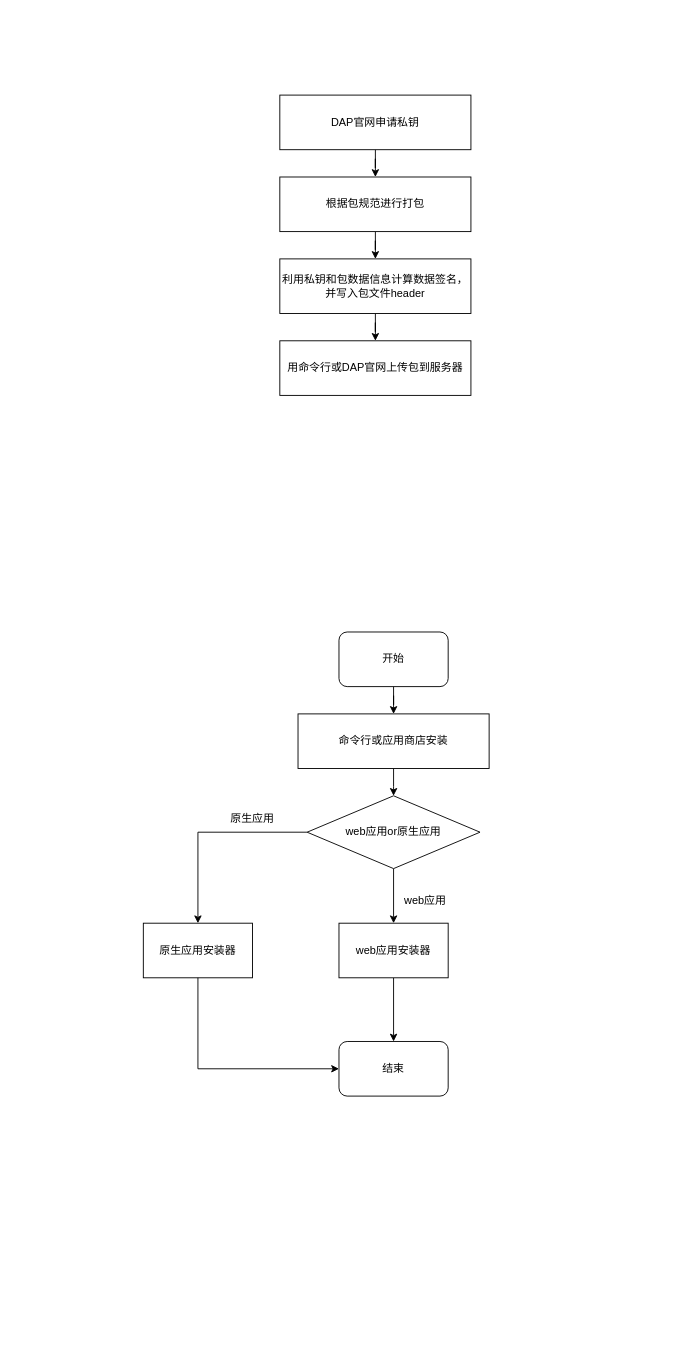
xiaohanzhang1/draw keeps this draw.io diagram as web应用和原生应用dap包管理方式.drawio. Above is the earlier version. Source tidied: cells renumbered, new cells numbered last; positions are measured from the earlier drawing's top-left corner, leaving out a move shared by most shapes. Both pictures are drawn from the tidied source at 91%, with x=0, y=0 at pixel (143, 95).
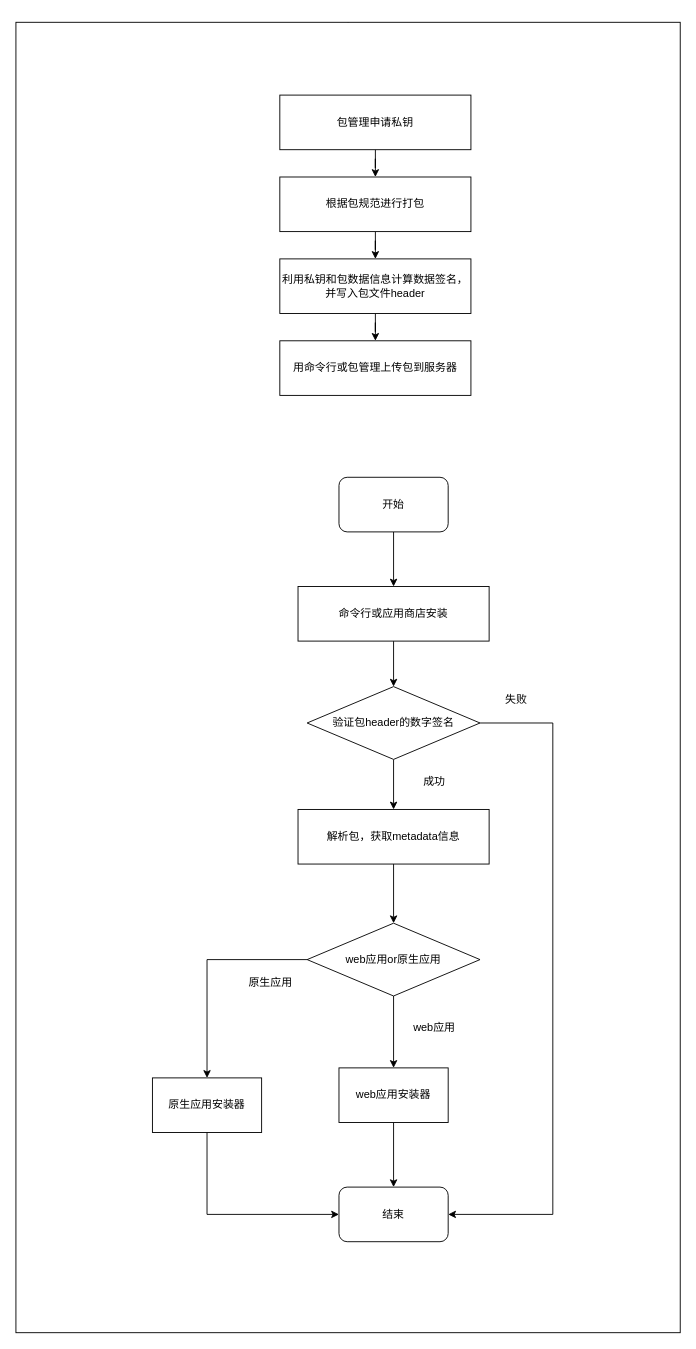
The same page after the edit.

Commit message:
更新web应用和原生应用dap包管理方式.drawio

Change to the diagram source:
```diff
@@
+    <mxCell id="23" style="edgeStyle=orthogonalEdgeStyle;rounded=0;orthogonalLoop=1;jettySize=auto;html=1;" parent="1" edge="1">
+      <mxGeometry relative="1" as="geometry">
+        <mxPoint x="225" y="-80" as="sourcePoint" />
+        <mxPoint x="225" y="-60" as="targetPoint" />
+      </mxGeometry>
+    </mxCell>
+    <mxCell id="24" style="rounded=0;whiteSpace=wrap;html=1;" parent="1" vertex="1">
+      <mxGeometry x="-140" y="-80" width="730" height="1440" as="geometry" />
+    </mxCell>
@@
-    <mxCell id="3" value="DAP官网申请私钥" style="rounded=0;whiteSpace=wrap;html=1;" parent="1" vertex="1">
+    <mxCell id="3" value="包管理申请私钥" style="rounded=0;whiteSpace=wrap;html=1;" parent="1" vertex="1">
       <mxGeometry x="150" width="210" height="60" as="geometry" />
     </mxCell>
@@
-    <mxCell id="8" value="用命令行或DAP官网上传包到服务器" style="rounded=0;whiteSpace=wrap;html=1;" parent="1" vertex="1">
+    <mxCell id="8" value="用命令行或包管理上传包到服务器" style="rounded=0;whiteSpace=wrap;html=1;" parent="1" vertex="1">
       <mxGeometry x="150" y="270" width="210" height="60" as="geometry" />
     </mxCell>
-    <mxCell id="9" style="edgeStyle=orthogonalEdgeStyle;rounded=0;jettySize=auto;html=1;" parent="1" edge="1" source="10">
-      <mxGeometry relative="1" as="geometry">
-        <mxPoint x="275" y="770" as="targetPoint" />
-      </mxGeometry>
-    </mxCell>
+    <mxCell id="25" style="edgeStyle=orthogonalEdgeStyle;rounded=0;jettySize=auto;html=1;" parent="1" edge="1" source="10" target="27">
+      <mxGeometry relative="1" as="geometry" />
+    </mxCell>
     <mxCell id="10" value="命令行或应用商店安装" style="rounded=0;whiteSpace=wrap;html=1;" parent="1" vertex="1">
-      <mxGeometry x="170" y="680" width="210" height="60" as="geometry" />
+      <mxGeometry x="170" y="540" width="210" height="60" as="geometry" />
     </mxCell>
@@
     <mxCell id="12" value="web应用or原生应用" style="rhombus;whiteSpace=wrap;html=1;" parent="1" vertex="1">
-      <mxGeometry x="180" y="770" width="190" height="80" as="geometry" />
+      <mxGeometry x="180" y="910" width="190" height="80" as="geometry" />
     </mxCell>
@@
     <mxCell id="14" value="web应用安装器" style="rounded=0;whiteSpace=wrap;html=1;" parent="1" vertex="1">
-      <mxGeometry x="215" y="910" width="120" height="60" as="geometry" />
+      <mxGeometry x="215" y="1069" width="120" height="60" as="geometry" />
     </mxCell>
     <mxCell id="15" value="原生应用安装器" style="rounded=0;whiteSpace=wrap;html=1;" parent="1" vertex="1">
-      <mxGeometry y="910" width="120" height="60" as="geometry" />
+      <mxGeometry x="10" y="1080" width="120" height="60" as="geometry" />
     </mxCell>
     <mxCell id="16" style="endArrow=classic;html=1;rounded=0;exitX=0;exitY=0.5;exitDx=0;exitDy=0;entryX=0.5;entryY=0;entryDx=0;entryDy=0;" parent="1" edge="1" source="12" target="15">
       <mxGeometry relative="1" as="geometry">
         <Array as="points">
-          <mxPoint x="60" y="810" />
+          <mxPoint x="70" y="950" />
         </Array>
       </mxGeometry>
     </mxCell>
     <mxCell id="17" value="原生应用" style="text;html=1;strokeColor=none;fillColor=none;align=center;verticalAlign=middle;whiteSpace=wrap;rounded=0;" parent="1" vertex="1">
-      <mxGeometry x="90" y="780" width="60" height="30" as="geometry" />
+      <mxGeometry x="110" y="960" width="60" height="30" as="geometry" />
     </mxCell>
     <mxCell id="18" value="web应用" style="text;html=1;strokeColor=none;fillColor=none;align=center;verticalAlign=middle;whiteSpace=wrap;rounded=0;" parent="1" vertex="1">
-      <mxGeometry x="280" y="870" width="60" height="30" as="geometry" />
+      <mxGeometry x="290" y="1010" width="60" height="30" as="geometry" />
     </mxCell>
     <mxCell id="19" value="结束" style="rounded=1;whiteSpace=wrap;html=1;" parent="1" vertex="1">
-      <mxGeometry x="215" y="1040" width="120" height="60" as="geometry" />
+      <mxGeometry x="215" y="1200" width="120" height="60" as="geometry" />
     </mxCell>
     <mxCell id="20" style="endArrow=classic;html=1;rounded=0;exitX=0.5;exitY=1;exitDx=0;exitDy=0;entryX=0;entryY=0.5;entryDx=0;entryDy=0;" parent="1" edge="1" source="15" target="19">
       <mxGeometry relative="1" as="geometry">
         <Array as="points">
-          <mxPoint x="60" y="1070" />
+          <mxPoint x="70" y="1230" />
         </Array>
       </mxGeometry>
     </mxCell>
@@
     <mxCell id="22" value="开始" style="rounded=1;whiteSpace=wrap;html=1;" parent="1" vertex="1">
-      <mxGeometry x="215" y="590" width="120" height="60" as="geometry" />
+      <mxGeometry x="215" y="420" width="120" height="60" as="geometry" />
     </mxCell>
+    <mxCell id="26" style="edgeStyle=orthogonalEdgeStyle;rounded=0;jettySize=auto;html=1;" parent="1" edge="1" source="27" target="32">
+      <mxGeometry relative="1" as="geometry" />
+    </mxCell>
+    <mxCell id="27" value="验证包header的数字签名" style="rhombus;whiteSpace=wrap;html=1;" parent="1" vertex="1">
+      <mxGeometry x="180" y="650" width="190" height="80" as="geometry" />
+    </mxCell>
+    <mxCell id="28" style="endArrow=classic;html=1;rounded=0;exitX=1;exitY=0.5;exitDx=0;exitDy=0;entryX=1;entryY=0.5;entryDx=0;entryDy=0;" parent="1" edge="1" source="27" target="19">
+      <mxGeometry relative="1" as="geometry">
+        <Array as="points">
+          <mxPoint x="450" y="690" />
+          <mxPoint x="450" y="1230" />
+        </Array>
+      </mxGeometry>
+    </mxCell>
+    <mxCell id="29" value="成功" style="text;html=1;strokeColor=none;fillColor=none;align=center;verticalAlign=middle;whiteSpace=wrap;rounded=0;" parent="1" vertex="1">
+      <mxGeometry x="290" y="740" width="60" height="30" as="geometry" />
+    </mxCell>
+    <mxCell id="30" value="失败" style="text;html=1;strokeColor=none;fillColor=none;align=center;verticalAlign=middle;whiteSpace=wrap;rounded=0;" parent="1" vertex="1">
+      <mxGeometry x="380" y="650" width="60" height="30" as="geometry" />
+    </mxCell>
+    <mxCell id="31" style="edgeStyle=orthogonalEdgeStyle;rounded=0;jettySize=auto;html=1;" parent="1" edge="1" source="32" target="12">
+      <mxGeometry relative="1" as="geometry" />
+    </mxCell>
+    <mxCell id="32" value="解析包，获取metadata信息" style="rounded=0;whiteSpace=wrap;html=1;" parent="1" vertex="1">
+      <mxGeometry x="170" y="785" width="210" height="60" as="geometry" />
+    </mxCell>
+    <mxCell id="33" style="edgeStyle=orthogonalEdgeStyle;rounded=0;orthogonalLoop=1;jettySize=auto;html=1;exitX=0.5;exitY=1;exitDx=0;exitDy=0;" parent="1" edge="1" source="29" target="29">
+      <mxGeometry relative="1" as="geometry" />
+    </mxCell>
```
